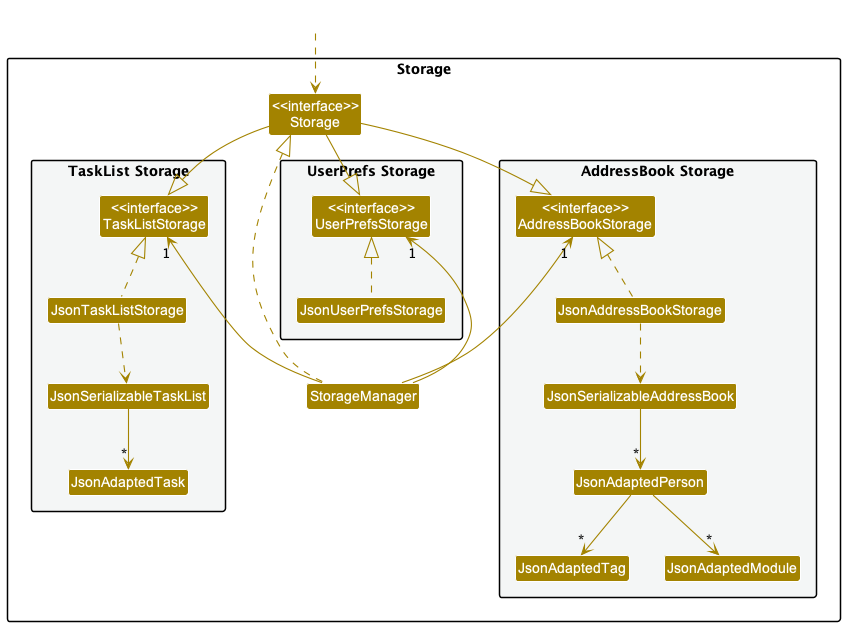
This is docs/images/StorageClassDiagram.png from nus-cs2103-AY2223S1/tp, a PlantUML export, as it was before one commit.
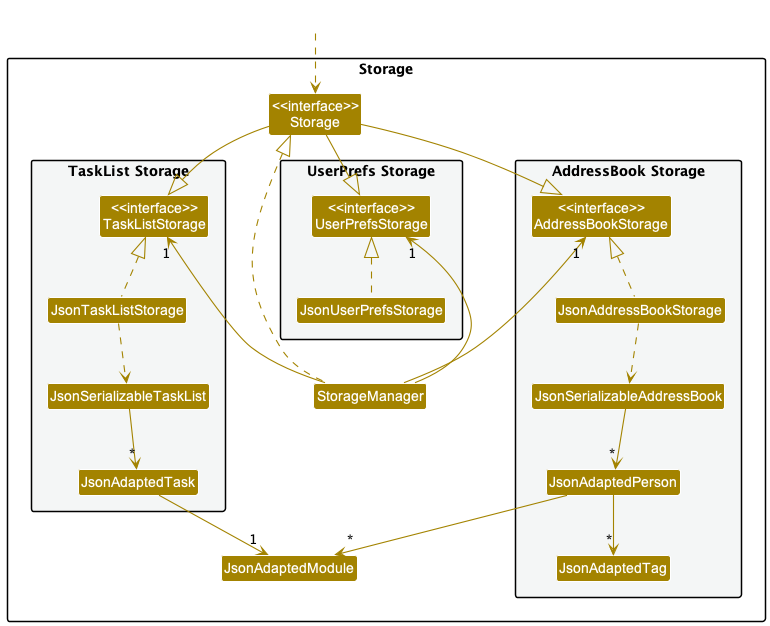
The same file after the commit.

Commit message:
Update storage class diagram image

The edit, as a diff of the source:
```diff
@@ -24,11 +24,11 @@
 Class JsonSerializableAddressBook
 Class JsonAdaptedPerson
 Class JsonAdaptedTag
-Class JsonAdaptedModule
 }
 
 Class "<<interface>>\nStorage" as Storage
 Class StorageManager
+Class JsonAdaptedModule
 
 }
 
@@ -53,4 +53,5 @@
 JsonTaskListStorage .up.|> TaskListStorage
 JsonTaskListStorage ..> JsonSerializableTaskList
 JsonSerializableTaskList --> "*" JsonAdaptedTask
+JsonAdaptedTask --> "1" JsonAdaptedModule
 @enduml
```
